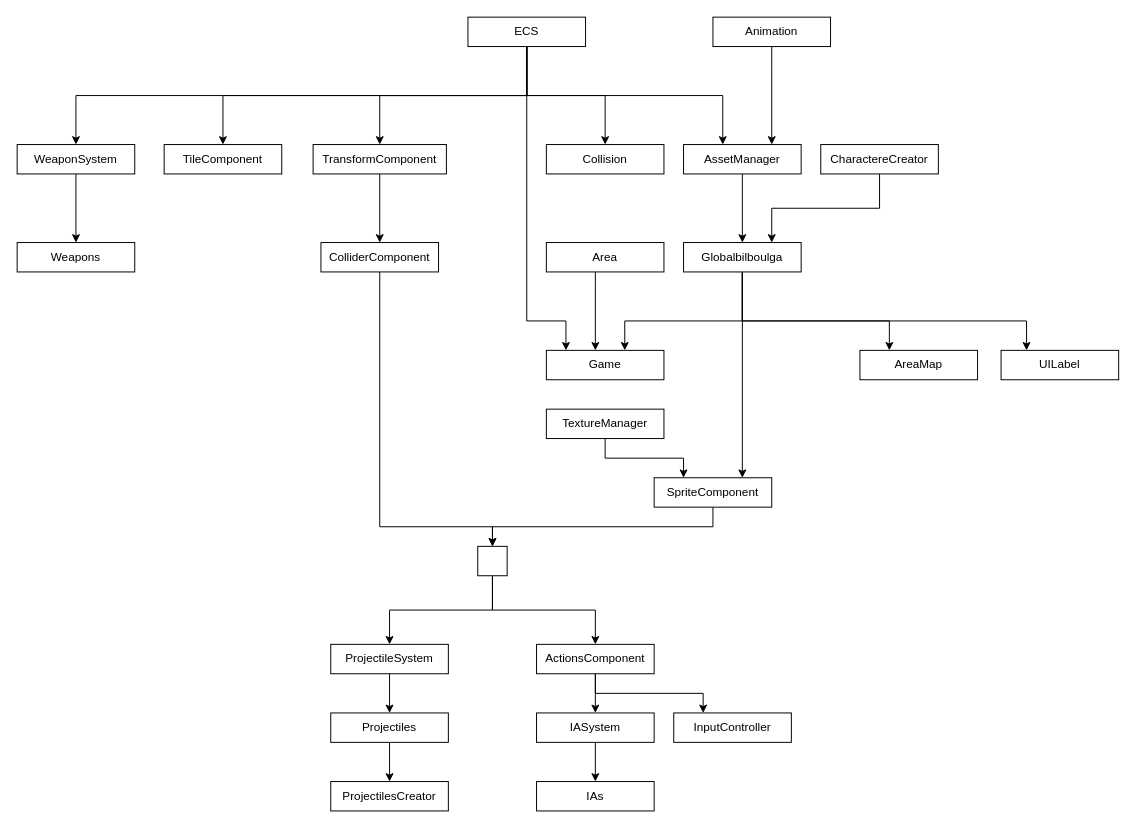
abastienIIT/Roguelike keeps this draw.io diagram as UML/Includes.drawio. Above is the earlier version. Source tidied: cells renumbered, new cells numbered last; positions are measured from the earlier drawing's top-left corner, leaving out a move shared by most shapes. Both pictures are drawn from the tidied source at 98%, with x=0, y=0 at pixel (17, 17).
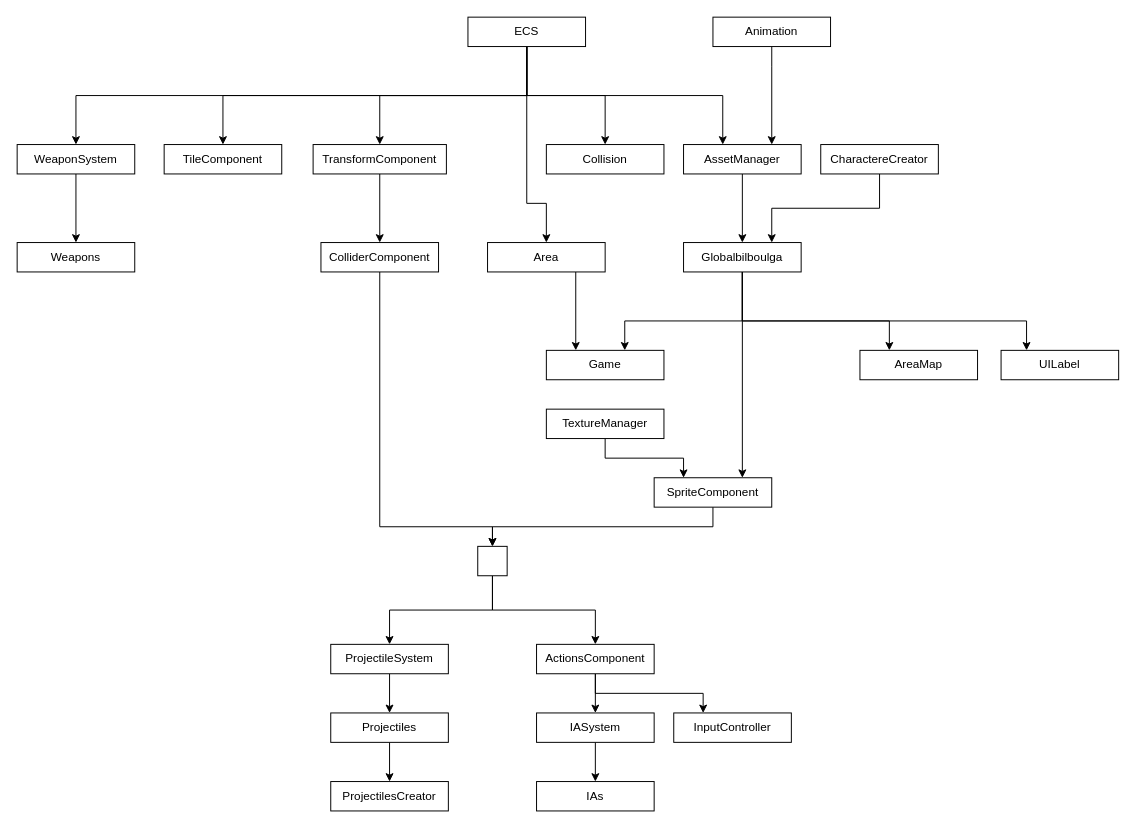
The same diagram, later.

The change refers to these unchanged cells:
```xml
<mxCell id="27" value="Game" style="rounded=0;whiteSpace=wrap;html=1;" parent="1" vertex="1">
  <mxGeometry x="540" y="340" width="120" height="30" as="geometry" />
</mxCell>
<mxCell id="34" value="ECS" style="rounded=0;whiteSpace=wrap;html=1;" parent="1" vertex="1">
  <mxGeometry x="460" width="120" height="30" as="geometry" />
</mxCell>
```

Change to the diagram source:
```diff
@@
-    <mxCell id="30" style="edgeStyle=orthogonalEdgeStyle;rounded=0;jettySize=auto;html=1;" parent="1" edge="1" source="34" target="27">
-      <mxGeometry relative="1" as="geometry">
-        <Array as="points">
-          <mxPoint x="520" y="310" />
-          <mxPoint x="560" y="310" />
-        </Array>
-      </mxGeometry>
-    </mxCell>
@@
+    <mxCell id="53" style="edgeStyle=orthogonalEdgeStyle;rounded=0;jettySize=auto;html=1;exitX=0.5;exitY=1;exitDx=0;exitDy=0;" parent="1" edge="1" source="34" target="36">
+      <mxGeometry relative="1" as="geometry">
+        <Array as="points">
+          <mxPoint x="520" y="190" />
+          <mxPoint x="540" y="190" />
+        </Array>
+      </mxGeometry>
+    </mxCell>
@@
-    <mxCell id="35" style="edgeStyle=orthogonalEdgeStyle;rounded=0;jettySize=auto;html=1;" parent="1" edge="1" source="36" target="27">
-      <mxGeometry relative="1" as="geometry">
-        <Array as="points">
-          <mxPoint x="590" y="270" />
-          <mxPoint x="590" y="270" />
-        </Array>
-      </mxGeometry>
+    <mxCell id="35" style="edgeStyle=orthogonalEdgeStyle;rounded=0;jettySize=auto;html=1;exitX=0.75;exitY=1;exitDx=0;exitDy=0;entryX=0.25;entryY=0;entryDx=0;entryDy=0;" parent="1" edge="1" source="36" target="27">
+      <mxGeometry relative="1" as="geometry" />
     </mxCell>
     <mxCell id="36" value="Area" style="rounded=0;whiteSpace=wrap;html=1;" parent="1" vertex="1">
-      <mxGeometry x="540" y="230" width="120" height="30" as="geometry" />
+      <mxGeometry x="480" y="230" width="120" height="30" as="geometry" />
     </mxCell>
```
